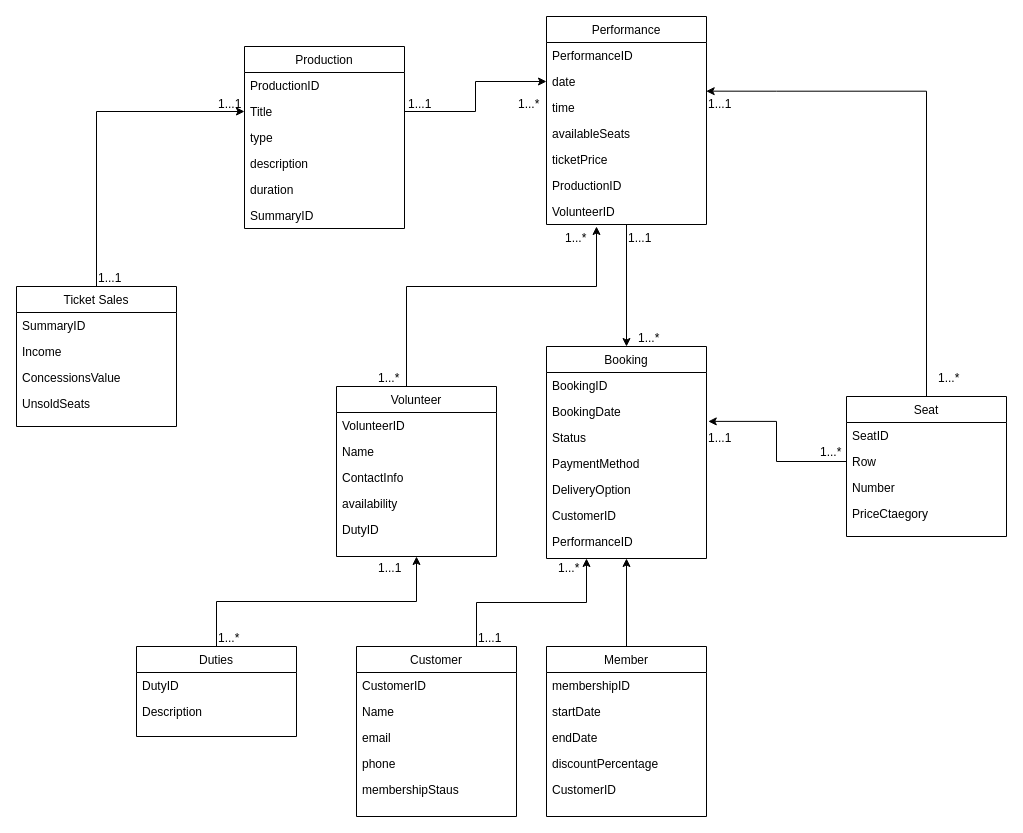
This is Untitled Diagram.drawio from iamheetp/ecomstore, a draw.io file, before an edit. Source tidied: cells renumbered, new cells numbered last; positions are measured from the earlier drawing's top-left corner, leaving out a move shared by most shapes. Both pictures are drawn from the tidied source at 100%, with x=0, y=0 at pixel (16, 16).
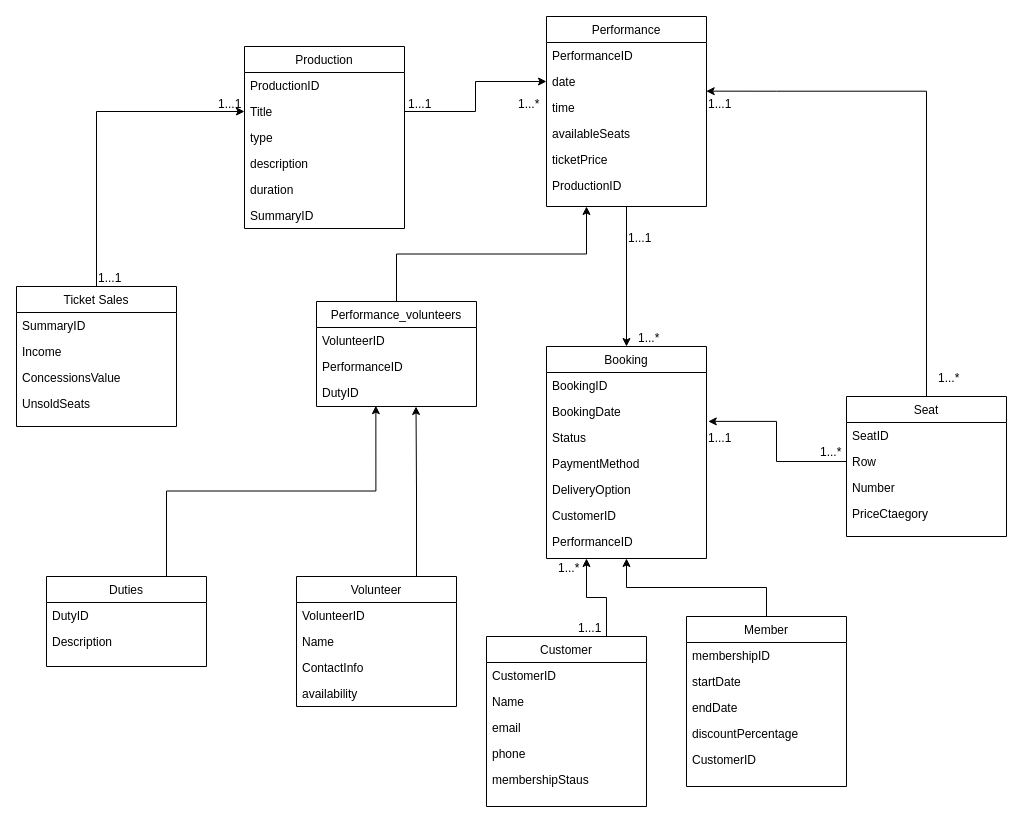
Above is the later version.

The edit, as a diff of the source:
```diff
@@
-    <mxCell id="2" style="edgeStyle=orthogonalEdgeStyle;rounded=0;jettySize=auto;html=1;exitX=0.75;exitY=0;exitDx=0;exitDy=0;" parent="1" edge="1" source="3">
-      <mxGeometry relative="1" as="geometry">
-        <mxPoint x="580" y="210" as="targetPoint" />
-        <Array as="points">
-          <mxPoint x="390" y="370" />
-          <mxPoint x="390" y="270" />
-          <mxPoint x="580" y="270" />
-        </Array>
-      </mxGeometry>
-    </mxCell>
     <mxCell id="3" value="Volunteer" style="swimlane;fontStyle=0;align=center;verticalAlign=top;horizontal=1;startSize=26;rounded=0;shadow=0;strokeWidth=1;" parent="1" vertex="1">
-      <mxGeometry x="320" y="370" width="160" height="170" as="geometry" />
+      <mxGeometry x="280" y="560" width="160" height="130" as="geometry" />
     </mxCell>
@@
-    <mxCell id="8" value="DutyID" style="text;align=left;verticalAlign=top;spacingLeft=4;spacingRight=4;overflow=hidden;points=[[0,0.5],[1,0.5]];portConstraint=eastwest;rounded=0;shadow=0;html=0;" parent="3" vertex="1">
-      <mxGeometry y="130" width="160" height="26" as="geometry" />
-    </mxCell>
@@
     <mxCell id="25" value="Performance" style="swimlane;fontStyle=0;align=center;verticalAlign=top;horizontal=1;startSize=26;rounded=0;shadow=0;strokeWidth=1;" parent="1" vertex="1">
-      <mxGeometry x="530" width="160" height="208" as="geometry" />
+      <mxGeometry x="530" width="160" height="190" as="geometry" />
     </mxCell>
@@
-    <mxCell id="32" value="VolunteerID" style="text;align=left;verticalAlign=top;spacingLeft=4;spacingRight=4;overflow=hidden;rounded=0;shadow=0;html=0;" parent="25" vertex="1">
-      <mxGeometry y="182" width="160" height="26" as="geometry" />
-    </mxCell>
@@
     <mxCell id="34" value="Customer" style="swimlane;fontStyle=0;align=center;verticalAlign=top;horizontal=1;startSize=26;rounded=0;shadow=0;strokeWidth=1;" parent="1" vertex="1">
-      <mxGeometry x="340" y="630" width="160" height="170" as="geometry" />
+      <mxGeometry x="470" y="620" width="160" height="170" as="geometry" />
     </mxCell>
@@
     <mxCell id="41" value="Member" style="swimlane;fontStyle=0;align=center;verticalAlign=top;horizontal=1;startSize=26;rounded=0;shadow=0;strokeWidth=1;" parent="1" vertex="1">
-      <mxGeometry x="530" y="630" width="160" height="170" as="geometry" />
+      <mxGeometry x="670" y="600" width="160" height="170" as="geometry" />
     </mxCell>
@@
-    <mxCell id="50" value="1...*" style="align=left;verticalAlign=bottom;labelBackgroundColor=none;fontSize=12;" parent="1" vertex="1">
-      <mxGeometry x="547" y="230" as="geometry" />
-    </mxCell>
-    <mxCell id="51" value="1...*" style="align=left;verticalAlign=bottom;labelBackgroundColor=none;fontSize=12;" parent="1" vertex="1">
-      <mxGeometry x="360" y="370" as="geometry" />
-    </mxCell>
@@
     <mxCell id="63" value="1...1" style="align=left;verticalAlign=bottom;labelBackgroundColor=none;fontSize=12;" parent="1" vertex="1">
-      <mxGeometry x="460" y="630" as="geometry" />
+      <mxGeometry x="560" y="620" as="geometry" />
     </mxCell>
@@
-    <mxCell id="67" style="edgeStyle=orthogonalEdgeStyle;rounded=0;jettySize=auto;html=1;exitX=0.5;exitY=0;exitDx=0;exitDy=0;entryX=0.5;entryY=1;entryDx=0;entryDy=0;" parent="1" edge="1" source="68" target="3">
-      <mxGeometry relative="1" as="geometry" />
-    </mxCell>
+    <mxCell id="81" style="edgeStyle=orthogonalEdgeStyle;rounded=0;jettySize=auto;html=1;exitX=0.75;exitY=0;exitDx=0;exitDy=0;entryX=0.371;entryY=1.008;entryDx=0;entryDy=0;entryPerimeter=0;" parent="1" edge="1" source="68" target="8">
+      <mxGeometry relative="1" as="geometry" />
+    </mxCell>
     <mxCell id="68" value="Duties" style="swimlane;fontStyle=0;align=center;verticalAlign=top;horizontal=1;startSize=26;rounded=0;shadow=0;strokeWidth=1;" parent="1" vertex="1">
-      <mxGeometry x="120" y="630" width="160" height="90" as="geometry" />
+      <mxGeometry x="30" y="560" width="160" height="90" as="geometry" />
     </mxCell>
@@
-    <mxCell id="71" value="1...*" style="align=left;verticalAlign=bottom;labelBackgroundColor=none;fontSize=12;rotation=0;" parent="1" vertex="1">
-      <mxGeometry x="200" y="630" as="geometry" />
-    </mxCell>
@@
-    <mxCell id="78" value="1...1" style="align=left;verticalAlign=bottom;labelBackgroundColor=none;fontSize=12;rotation=0;" parent="1" vertex="1">
-      <mxGeometry x="360" y="560" as="geometry" />
-    </mxCell>
@@
+    <mxCell id="82" style="edgeStyle=orthogonalEdgeStyle;rounded=0;jettySize=auto;html=1;exitX=0.5;exitY=0;exitDx=0;exitDy=0;entryX=0.25;entryY=1;entryDx=0;entryDy=0;" parent="1" edge="1" source="83" target="25">
+      <mxGeometry relative="1" as="geometry" />
+    </mxCell>
+    <mxCell id="83" value="Performance_volunteers" style="swimlane;fontStyle=0;align=center;verticalAlign=top;horizontal=1;startSize=26;rounded=0;shadow=0;strokeWidth=1;" parent="1" vertex="1">
+      <mxGeometry x="300" y="285" width="160" height="105" as="geometry" />
+    </mxCell>
+    <mxCell id="32" value="VolunteerID" style="text;align=left;verticalAlign=top;spacingLeft=4;spacingRight=4;overflow=hidden;" parent="83" vertex="1">
+      <mxGeometry y="26" width="160" height="26" as="geometry" />
+    </mxCell>
+    <mxCell id="84" value="PerformanceID" style="text;align=left;verticalAlign=top;spacingLeft=4;spacingRight=4;overflow=hidden;rounded=0;shadow=0;html=0;" parent="83" vertex="1">
+      <mxGeometry y="52" width="160" height="26" as="geometry" />
+    </mxCell>
+    <mxCell id="8" value="DutyID" style="text;align=left;verticalAlign=top;spacingLeft=4;spacingRight=4;overflow=hidden;points=[[0,0.5],[1,0.5]];portConstraint=eastwest;rounded=0;shadow=0;html=0;" parent="83" vertex="1">
+      <mxGeometry y="78" width="160" height="26" as="geometry" />
+    </mxCell>
+    <mxCell id="85" style="edgeStyle=orthogonalEdgeStyle;rounded=0;jettySize=auto;html=1;exitX=0.75;exitY=0;exitDx=0;exitDy=0;entryX=0.622;entryY=1.038;entryDx=0;entryDy=0;entryPerimeter=0;" parent="1" edge="1" source="3" target="8">
+      <mxGeometry relative="1" as="geometry" />
+    </mxCell>
```
